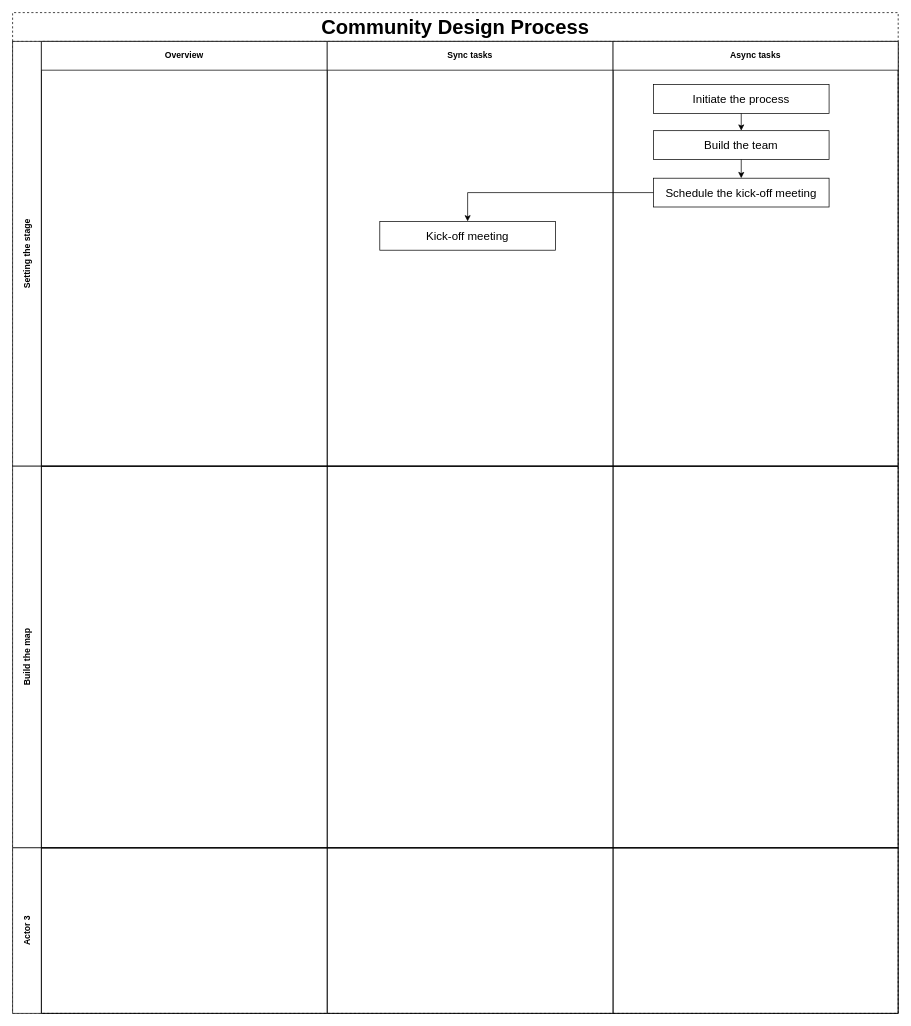
Earlier version of the draw.io diagram CommunityDesignProcess.drawio (nicksellen/community-design-process). Source tidied: cells renumbered, new cells numbered last; positions are measured from the earlier drawing's top-left corner, leaving out a move shared by most shapes. Both pictures are drawn from the tidied source at 72%, with x=0, y=0 at pixel (12, 12).
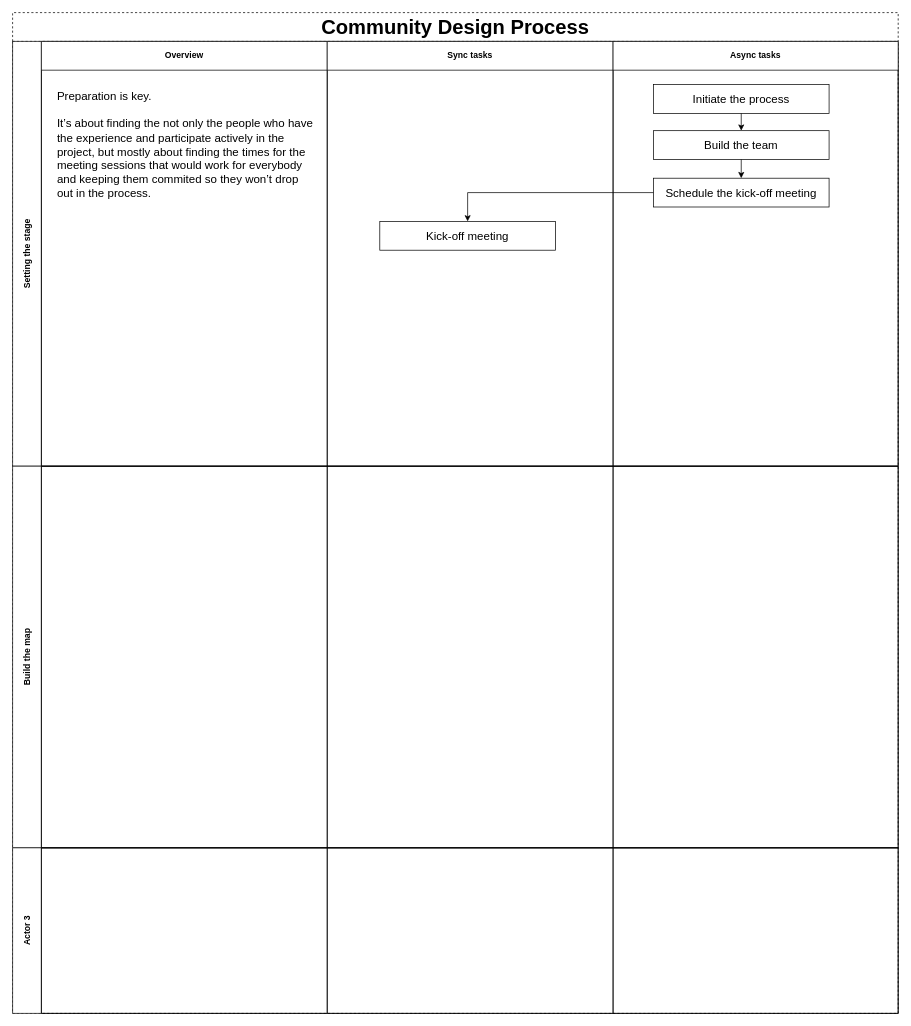
The same diagram, later.

Change to the diagram source:
```diff
@@
+    <mxCell id="22" value="&lt;div&gt;Preparation is key.&lt;/div&gt;&lt;div&gt;&lt;br&gt;&lt;/div&gt;&lt;div&gt;It’s about finding the not only the people who have the experience and participate actively in the project, but mostly about finding the times for the meeting sessions that would work for everybody and keeping them commited so they won’t drop out in the process.&lt;/div&gt;" style="text;html=1;strokeColor=none;fillColor=none;align=left;verticalAlign=top;whiteSpace=wrap;rounded=0;fontFamily=Helvetica;fontSize=16;horizontal=1;" parent="1" vertex="1">
+      <mxGeometry x="60" y="100" width="360" height="180" as="geometry" />
+    </mxCell>
```
